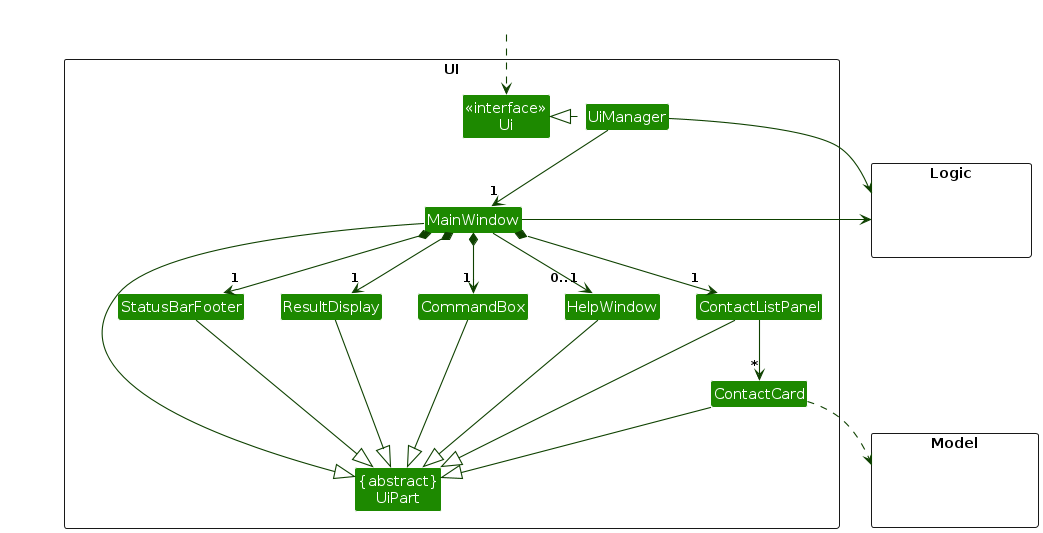
Above: diagrams/UiClassDiagram.png in AY2324S2-CS2103T-T12-1/tp (PlantUML), before the change. Its source is kept beside it as diagrams/UiClassDiagram.puml.
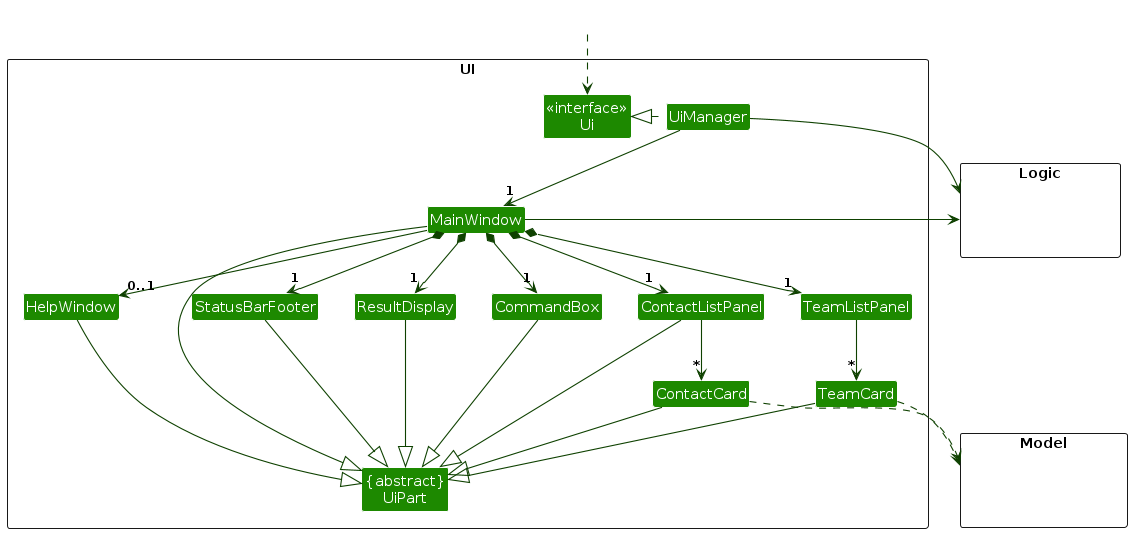
After the change.

Diff of the diagram source:
```diff
@@ -13,6 +13,8 @@
 Class ResultDisplay
 Class ContactListPanel
 Class ContactCard
+Class TeamListPanel
+Class TeamCard
 Class StatusBarFooter
 Class CommandBox
 }
@@ -33,10 +35,12 @@
 MainWindow *-down->  "1" CommandBox
 MainWindow *-down-> "1" ResultDisplay
 MainWindow *-down-> "1" ContactListPanel
+MainWindow *-down-> "1" TeamListPanel
 MainWindow *-down-> "1" StatusBarFooter
 MainWindow --> "0..1" HelpWindow
 
 ContactListPanel -down-> "*" ContactCard
+TeamListPanel -down-> "*" TeamCard
 
 MainWindow -left-|> UiPart
 
@@ -44,10 +48,12 @@
 CommandBox --|> UiPart
 ContactListPanel --|> UiPart
 ContactCard --|> UiPart
+TeamCard --|> UiPart
 StatusBarFooter --|> UiPart
 HelpWindow --|> UiPart
 
 ContactCard ..> Model
+TeamCard ..> Model
 UiManager -right-> Logic
 MainWindow -left-> Logic
 
```
